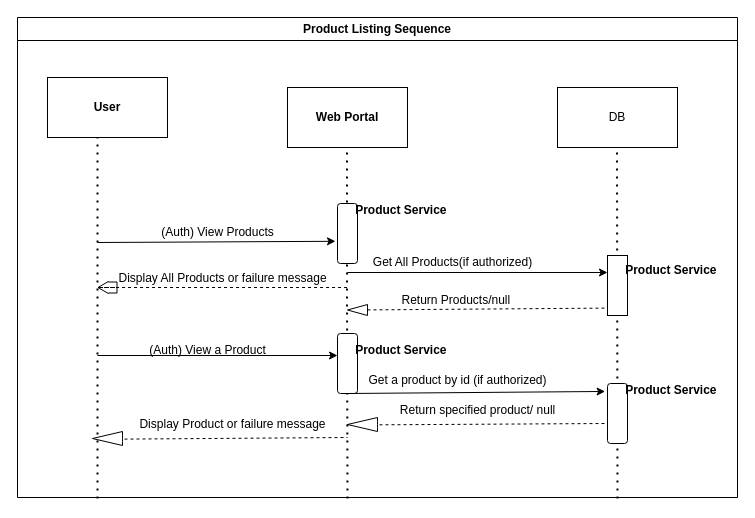
Above: ProductServiceSequence.drawio in DozzyMontalo/eCommerceUserService (draw.io), before the change. Source tidied: cells renumbered, new cells numbered last; positions are measured from the earlier drawing's top-left corner, leaving out a move shared by most shapes. Both pictures are drawn from the tidied source at 100%, with x=0, y=0 at pixel (17, 17).
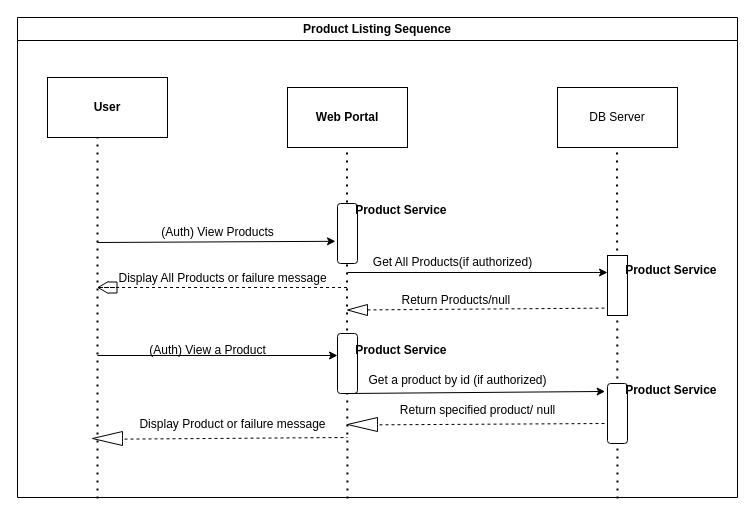
The same page after the edit.

The change refers to these unchanged cells:
```xml
<mxCell id="2" value="Product Listing Sequence" style="swimlane;whiteSpace=wrap;html=1;" parent="1" vertex="1">
  <mxGeometry width="720" height="480" as="geometry" />
</mxCell>
```

What changed in the source:
```diff
@@
-    <mxCell id="5" value="DB" style="rounded=0;whiteSpace=wrap;html=1;" parent="2" vertex="1">
+    <mxCell id="5" value="DB Server" style="rounded=0;whiteSpace=wrap;html=1;" parent="2" vertex="1">
       <mxGeometry x="540" y="70" width="120" height="60" as="geometry" />
     </mxCell>
```
